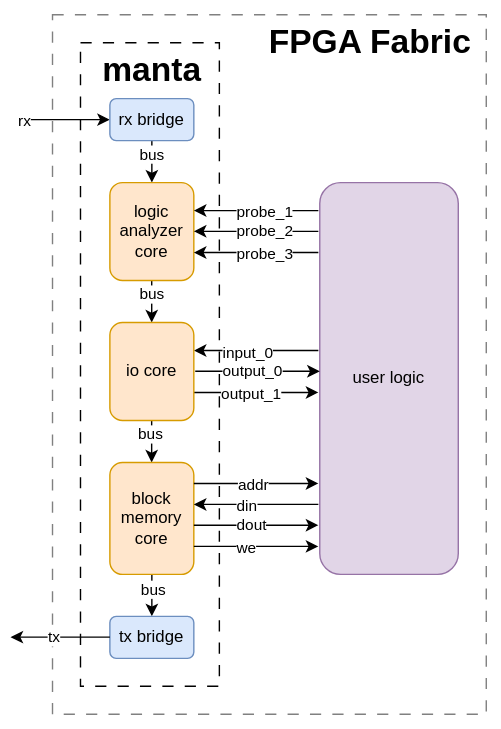
Above: doc/assets/bus_architecture.drawio.svg in fischermoseley/manta (draw.io), before the change. Source tidied: cells renumbered, new cells last; positions are measured from the earlier drawing's top-left corner, leaving out a move shared by most shapes.
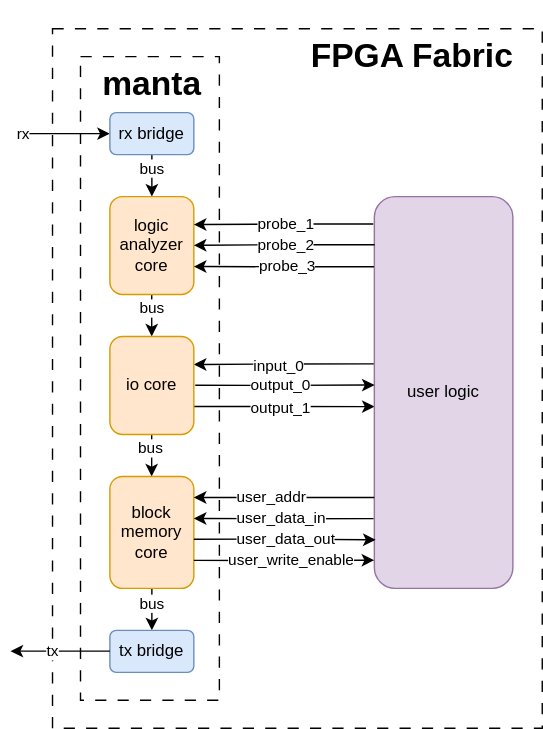
The same file after the commit.

The edit, as a diff of the source:
```diff
@@ -3,10 +3,10 @@
     <mxCell id="0" />
     <mxCell id="1" parent="0" />
     <mxCell id="2" style="rounded=0;whiteSpace=wrap;html=1;strokeColor=none;" parent="1" vertex="1">
-      <mxGeometry width="350" height="520" as="geometry" />
+      <mxGeometry x="10" y="-10" width="370" height="520" as="geometry" />
     </mxCell>
-    <mxCell id="3" style="rounded=0;whiteSpace=wrap;html=1;shadow=0;dashed=1;dashPattern=8 8;strokeColor=#808080;perimeterSpacing=0;gradientColor=none;fillColor=none;" parent="1" vertex="1">
-      <mxGeometry x="30" y="10" width="310" height="500" as="geometry" />
+    <mxCell id="3" style="rounded=0;whiteSpace=wrap;html=1;shadow=0;dashed=1;dashPattern=8 8;strokeColor=#000000;perimeterSpacing=0;gradientColor=none;fillColor=none;" parent="1" vertex="1">
+      <mxGeometry x="30" y="10" width="350" height="500" as="geometry" />
     </mxCell>
     <mxCell id="4" style="rounded=0;whiteSpace=wrap;html=1;shadow=0;dashed=1;dashPattern=8 8;perimeterSpacing=0;fillColor=none;" parent="1" vertex="1">
       <mxGeometry x="50" y="30" width="99.2" height="460" as="geometry" />
@@ -24,7 +24,7 @@
       <mxGeometry x="61" y="30" width="80" height="40" as="geometry" />
     </mxCell>
     <mxCell id="9" value="&lt;h1&gt;FPGA Fabric&lt;/h1&gt;" style="text;html=1;strokeColor=none;fillColor=none;spacing=5;spacingTop=-20;whiteSpace=wrap;overflow=hidden;rounded=0;" parent="1" vertex="1">
-      <mxGeometry x="180" y="10" width="160" height="40" as="geometry" />
+      <mxGeometry x="210" y="10" width="160" height="40" as="geometry" />
     </mxCell>
     <mxCell id="10" value="bus" style="edgeStyle=orthogonalEdgeStyle;rounded=0;orthogonalLoop=1;jettySize=auto;html=1;" parent="1" edge="1">
       <mxGeometry x="-0.33" relative="1" as="geometry">
@@ -49,9 +49,8 @@
         <mxPoint x="-4" as="offset" />
       </mxGeometry>
     </mxCell>
-    <mxCell id="14" style="edgeStyle=orthogonalEdgeStyle;rounded=0;orthogonalLoop=1;jettySize=auto;html=1;exitX=1;exitY=0.5;exitDx=0;exitDy=0;entryX=-0.008;entryY=0.465;entryDx=0;entryDy=0;entryPerimeter=0;" parent="1" edge="1">
+    <mxCell id="14" style="edgeStyle=orthogonalEdgeStyle;rounded=0;jettySize=auto;html=1;exitX=-0.001;exitY=0.427;exitDx=0;exitDy=0;entryX=-0.008;entryY=0.465;entryDx=0;entryDy=0;entryPerimeter=0;exitPerimeter=0;" parent="1" edge="1" source="23">
       <mxGeometry relative="1" as="geometry">
-        <mxPoint x="220" y="250" as="sourcePoint" />
         <mxPoint x="131" y="250" as="targetPoint" />
       </mxGeometry>
     </mxCell>
@@ -60,10 +59,9 @@
         <mxPoint x="-30" as="offset" />
       </mxGeometry>
     </mxCell>
-    <mxCell id="16" style="edgeStyle=orthogonalEdgeStyle;rounded=0;orthogonalLoop=1;jettySize=auto;html=1;exitX=1;exitY=0.5;exitDx=0;exitDy=0;entryX=-0.008;entryY=0.465;entryDx=0;entryDy=0;entryPerimeter=0;" parent="1" edge="1">
+    <mxCell id="16" style="edgeStyle=orthogonalEdgeStyle;rounded=0;jettySize=auto;html=1;exitX=1;exitY=0.5;exitDx=0;exitDy=0;entryX=0.002;entryY=0.536;entryDx=0;entryDy=0;entryPerimeter=0;" parent="1" edge="1" target="23">
       <mxGeometry relative="1" as="geometry">
         <mxPoint x="131" y="280" as="sourcePoint" />
-        <mxPoint x="220" y="280" as="targetPoint" />
       </mxGeometry>
     </mxCell>
     <mxCell id="17" value="&amp;nbsp;output_1&amp;nbsp;" style="edgeLabel;html=1;align=left;verticalAlign=middle;" parent="16" vertex="1">
@@ -87,50 +85,46 @@
       <mxGeometry x="71" y="440" width="60" height="30" as="geometry" />
     </mxCell>
     <mxCell id="23" value="user logic" style="rounded=1;whiteSpace=wrap;html=1;fillColor=#e1d5e7;strokeColor=#9673a6;" parent="1" vertex="1">
-      <mxGeometry x="221" y="130" width="99" height="280" as="geometry" />
+      <mxGeometry x="260" y="130" width="99" height="280" as="geometry" />
     </mxCell>
-    <mxCell id="24" style="edgeStyle=orthogonalEdgeStyle;rounded=0;orthogonalLoop=1;jettySize=auto;html=1;exitX=1;exitY=0.5;exitDx=0;exitDy=0;entryX=-0.008;entryY=0.465;entryDx=0;entryDy=0;entryPerimeter=0;" parent="1" edge="1">
+    <mxCell id="24" style="edgeStyle=orthogonalEdgeStyle;rounded=0;jettySize=auto;html=1;exitX=1;exitY=0.5;exitDx=0;exitDy=0;entryX=-0.001;entryY=0.768;entryDx=0;entryDy=0;entryPerimeter=0;startArrow=classic;startFill=1;endArrow=none;endFill=0;" parent="1" edge="1" target="23">
       <mxGeometry relative="1" as="geometry">
         <mxPoint x="131" y="345" as="sourcePoint" />
-        <mxPoint x="220" y="345" as="targetPoint" />
       </mxGeometry>
     </mxCell>
-    <mxCell id="25" value="&amp;nbsp;addr&amp;nbsp;" style="edgeLabel;html=1;align=left;verticalAlign=middle;" parent="24" vertex="1">
+    <mxCell id="25" value="user_addr" style="edgeLabel;html=1;align=left;verticalAlign=middle;" parent="24" vertex="1">
       <mxGeometry x="0.02" y="1" relative="1" as="geometry">
-        <mxPoint x="-16" y="1" as="offset" />
+        <mxPoint x="-37" y="1" as="offset" />
       </mxGeometry>
     </mxCell>
-    <mxCell id="26" style="edgeStyle=orthogonalEdgeStyle;rounded=0;orthogonalLoop=1;jettySize=auto;html=1;exitX=1;exitY=0.5;exitDx=0;exitDy=0;entryX=-0.008;entryY=0.465;entryDx=0;entryDy=0;entryPerimeter=0;" parent="1" edge="1">
+    <mxCell id="26" style="edgeStyle=orthogonalEdgeStyle;rounded=0;jettySize=auto;html=1;entryX=-0.008;entryY=0.465;entryDx=0;entryDy=0;entryPerimeter=0;exitX=-0.006;exitY=0.822;exitDx=0;exitDy=0;exitPerimeter=0;" parent="1" edge="1" source="23">
       <mxGeometry relative="1" as="geometry">
-        <mxPoint x="220" y="360" as="sourcePoint" />
         <mxPoint x="131" y="360" as="targetPoint" />
       </mxGeometry>
     </mxCell>
-    <mxCell id="27" value="&amp;nbsp;din&amp;nbsp;" style="edgeLabel;html=1;align=left;verticalAlign=middle;" parent="26" vertex="1">
+    <mxCell id="27" value="user_data_in" style="edgeLabel;html=1;align=left;verticalAlign=middle;" parent="26" vertex="1">
       <mxGeometry x="0.02" relative="1" as="geometry">
-        <mxPoint x="-15" as="offset" />
+        <mxPoint x="-34" as="offset" />
       </mxGeometry>
     </mxCell>
-    <mxCell id="28" style="edgeStyle=orthogonalEdgeStyle;rounded=0;orthogonalLoop=1;jettySize=auto;html=1;exitX=1;exitY=0.5;exitDx=0;exitDy=0;entryX=-0.008;entryY=0.465;entryDx=0;entryDy=0;entryPerimeter=0;" parent="1" edge="1">
+    <mxCell id="28" style="edgeStyle=orthogonalEdgeStyle;rounded=0;jettySize=auto;html=1;exitX=1;exitY=0.5;exitDx=0;exitDy=0;entryX=0.009;entryY=0.876;entryDx=0;entryDy=0;entryPerimeter=0;" parent="1" edge="1" target="23">
       <mxGeometry relative="1" as="geometry">
         <mxPoint x="131" y="374.8" as="sourcePoint" />
-        <mxPoint x="220" y="374.8" as="targetPoint" />
       </mxGeometry>
     </mxCell>
-    <mxCell id="29" value="&amp;nbsp;dout&amp;nbsp;" style="edgeLabel;html=1;align=left;verticalAlign=middle;" parent="28" vertex="1">
+    <mxCell id="29" value="user_data_out" style="edgeLabel;html=1;align=left;verticalAlign=middle;" parent="28" vertex="1">
       <mxGeometry x="0.02" relative="1" as="geometry">
-        <mxPoint x="-16" as="offset" />
+        <mxPoint x="-37" y="-1" as="offset" />
       </mxGeometry>
     </mxCell>
-    <mxCell id="30" style="edgeStyle=orthogonalEdgeStyle;rounded=0;orthogonalLoop=1;jettySize=auto;html=1;exitX=1;exitY=0.5;exitDx=0;exitDy=0;entryX=-0.008;entryY=0.465;entryDx=0;entryDy=0;entryPerimeter=0;" parent="1" edge="1">
+    <mxCell id="30" style="edgeStyle=orthogonalEdgeStyle;rounded=0;jettySize=auto;html=1;exitX=1;exitY=0.5;exitDx=0;exitDy=0;entryX=-0.001;entryY=0.928;entryDx=0;entryDy=0;entryPerimeter=0;" parent="1" edge="1" target="23">
       <mxGeometry relative="1" as="geometry">
         <mxPoint x="131" y="390" as="sourcePoint" />
-        <mxPoint x="220" y="390" as="targetPoint" />
       </mxGeometry>
     </mxCell>
-    <mxCell id="31" value="&amp;nbsp;we&amp;nbsp;" style="edgeLabel;html=1;align=left;verticalAlign=middle;" parent="30" vertex="1">
+    <mxCell id="31" value="user_write_enable" style="edgeLabel;html=1;align=left;verticalAlign=middle;" parent="30" vertex="1">
       <mxGeometry x="0.02" relative="1" as="geometry">
-        <mxPoint x="-16" as="offset" />
+        <mxPoint x="-43" as="offset" />
       </mxGeometry>
     </mxCell>
     <mxCell id="32" style="edgeStyle=orthogonalEdgeStyle;rounded=0;orthogonalLoop=1;jettySize=auto;html=1;exitX=0;exitY=0.5;exitDx=0;exitDy=0;" parent="1" edge="1">
@@ -144,43 +138,39 @@
         <mxPoint x="-13" y="-1" as="offset" />
       </mxGeometry>
     </mxCell>
-    <mxCell id="34" style="edgeStyle=orthogonalEdgeStyle;rounded=0;orthogonalLoop=1;jettySize=auto;html=1;exitX=1;exitY=0.5;exitDx=0;exitDy=0;entryX=-0.008;entryY=0.465;entryDx=0;entryDy=0;entryPerimeter=0;" parent="1" edge="1">
+    <mxCell id="34" style="edgeStyle=orthogonalEdgeStyle;rounded=0;jettySize=auto;html=1;exitX=0.002;exitY=0.123;exitDx=0;exitDy=0;entryX=-0.008;entryY=0.465;entryDx=0;entryDy=0;entryPerimeter=0;exitPerimeter=0;" parent="1" edge="1" source="23">
       <mxGeometry relative="1" as="geometry">
-        <mxPoint x="220" y="164.8" as="sourcePoint" />
         <mxPoint x="131" y="164.8" as="targetPoint" />
       </mxGeometry>
     </mxCell>
     <mxCell id="35" value="&amp;nbsp;probe_2&amp;nbsp;" style="edgeLabel;html=1;align=left;verticalAlign=middle;" parent="34" vertex="1">
       <mxGeometry x="0.02" relative="1" as="geometry">
-        <mxPoint x="-15" as="offset" />
+        <mxPoint x="-20" as="offset" />
       </mxGeometry>
     </mxCell>
-    <mxCell id="36" style="edgeStyle=orthogonalEdgeStyle;rounded=0;orthogonalLoop=1;jettySize=auto;html=1;exitX=1;exitY=0.5;exitDx=0;exitDy=0;entryX=-0.008;entryY=0.465;entryDx=0;entryDy=0;entryPerimeter=0;" parent="1" edge="1">
+    <mxCell id="36" style="edgeStyle=orthogonalEdgeStyle;rounded=0;jettySize=auto;html=1;exitX=-0.003;exitY=0.179;exitDx=0;exitDy=0;entryX=-0.008;entryY=0.465;entryDx=0;entryDy=0;entryPerimeter=0;exitPerimeter=0;" parent="1" edge="1" source="23">
       <mxGeometry relative="1" as="geometry">
-        <mxPoint x="220" y="180" as="sourcePoint" />
         <mxPoint x="131" y="180" as="targetPoint" />
       </mxGeometry>
     </mxCell>
     <mxCell id="37" value="&amp;nbsp;probe_3&amp;nbsp;" style="edgeLabel;html=1;align=left;verticalAlign=middle;" parent="36" vertex="1">
       <mxGeometry x="0.02" relative="1" as="geometry">
-        <mxPoint x="-15" as="offset" />
+        <mxPoint x="-19" as="offset" />
       </mxGeometry>
     </mxCell>
-    <mxCell id="38" style="edgeStyle=orthogonalEdgeStyle;rounded=0;orthogonalLoop=1;jettySize=auto;html=1;exitX=1;exitY=0.5;exitDx=0;exitDy=0;entryX=-0.008;entryY=0.465;entryDx=0;entryDy=0;entryPerimeter=0;" parent="1" edge="1">
+    <mxCell id="38" style="edgeStyle=orthogonalEdgeStyle;rounded=0;jettySize=auto;html=1;exitX=-0.008;exitY=0.07;exitDx=0;exitDy=0;entryX=-0.008;entryY=0.465;entryDx=0;entryDy=0;entryPerimeter=0;exitPerimeter=0;" parent="1" edge="1" source="23">
       <mxGeometry relative="1" as="geometry">
-        <mxPoint x="220" y="150" as="sourcePoint" />
         <mxPoint x="131" y="150" as="targetPoint" />
       </mxGeometry>
     </mxCell>
     <mxCell id="39" value="&amp;nbsp;probe_1&amp;nbsp;" style="edgeLabel;html=1;align=left;verticalAlign=middle;" parent="38" vertex="1">
       <mxGeometry x="0.02" relative="1" as="geometry">
-        <mxPoint x="-15" as="offset" />
+        <mxPoint x="-19" as="offset" />
       </mxGeometry>
     </mxCell>
-    <mxCell id="40" style="edgeStyle=orthogonalEdgeStyle;rounded=0;orthogonalLoop=1;jettySize=auto;html=1;exitX=1;exitY=0.5;exitDx=0;exitDy=0;entryX=-0.008;entryY=0.465;entryDx=0;entryDy=0;entryPerimeter=0;" parent="1" edge="1">
+    <mxCell id="40" style="edgeStyle=orthogonalEdgeStyle;rounded=0;jettySize=auto;html=1;exitX=1;exitY=0.5;exitDx=0;exitDy=0;entryX=0.002;entryY=0.481;entryDx=0;entryDy=0;entryPerimeter=0;" parent="1" edge="1" target="23">
       <mxGeometry relative="1" as="geometry">
         <mxPoint x="132" y="264.9" as="sourcePoint" />
-        <mxPoint x="221" y="264.9" as="targetPoint" />
       </mxGeometry>
     </mxCell>
     <mxCell id="41" value="&amp;nbsp;output_0&amp;nbsp;" style="edgeLabel;html=1;align=left;verticalAlign=middle;" parent="40" vertex="1">
```
